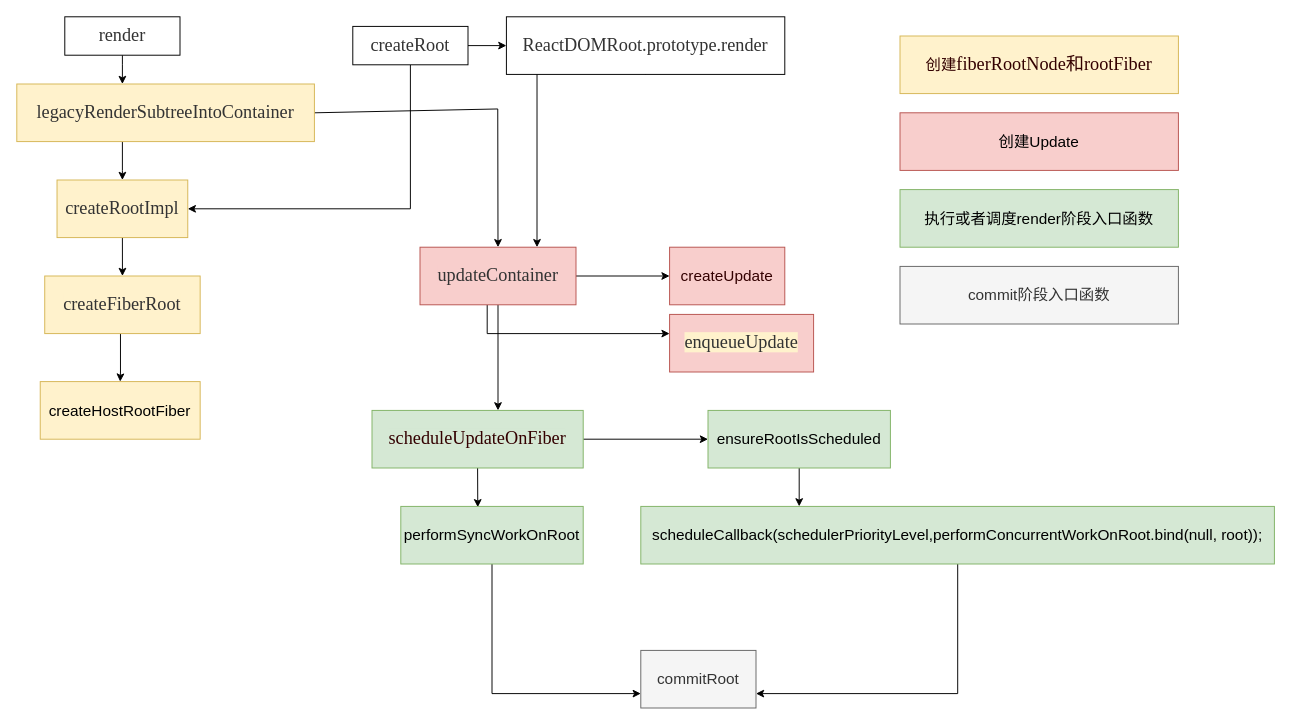
Before: page "Page-1" (1 of 5) of 第五章_0.drawio in xiaochen1024/react_code, a draw.io diagram. Source tidied: cells renumbered, new cells numbered last; positions are measured from the earlier drawing's top-left corner, leaving out a move shared by most shapes. Both pictures are drawn from the tidied source at 96%, with x=0, y=0 at pixel (16, 16).
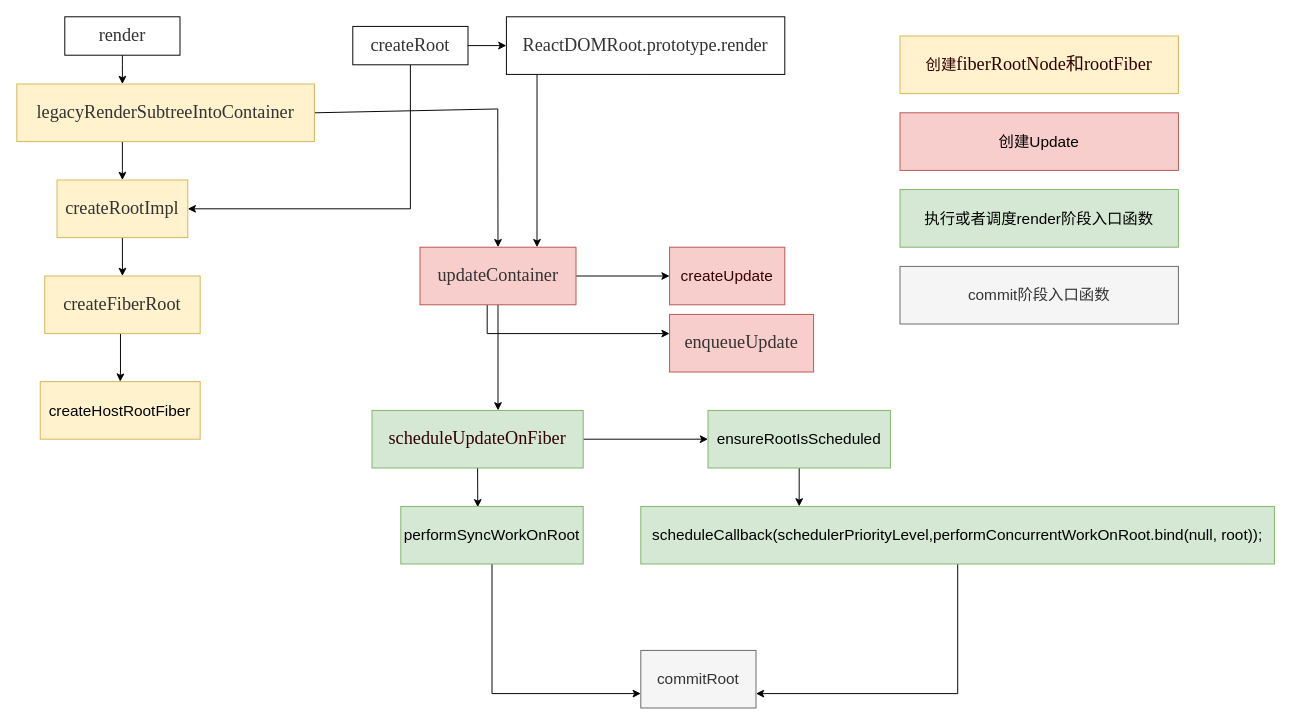
The same diagram, later.

Diff of the diagram source:
```diff
@@
-    <mxCell id="15" value="&lt;span style=&quot;color: rgb(51 , 51 , 51) ; font-family: &amp;#34;vollkorn&amp;#34; , &amp;#34;palatino&amp;#34; , &amp;#34;times&amp;#34; ; font-size: 19px ; text-align: justify ; background-color: rgb(255 , 242 , 204)&quot;&gt;enqueueUpdate&lt;/span&gt;" style="whiteSpace=wrap;html=1;rounded=0;fillColor=#f8cecc;strokeColor=#b85450;" parent="1" vertex="1">
+    <mxCell id="15" value="&lt;span style=&quot;color: rgb(51 , 51 , 51) ; font-family: &amp;#34;vollkorn&amp;#34; , &amp;#34;palatino&amp;#34; , &amp;#34;times&amp;#34; ; font-size: 19px ; text-align: justify ; background-color: rgb(248 , 206 , 204)&quot;&gt;enqueueUpdate&lt;/span&gt;" style="whiteSpace=wrap;html=1;rounded=0;fillColor=#f8cecc;strokeColor=#b85450;" parent="1" vertex="1">
       <mxGeometry x="680" y="310" width="150" height="60" as="geometry" />
     </mxCell>
```
